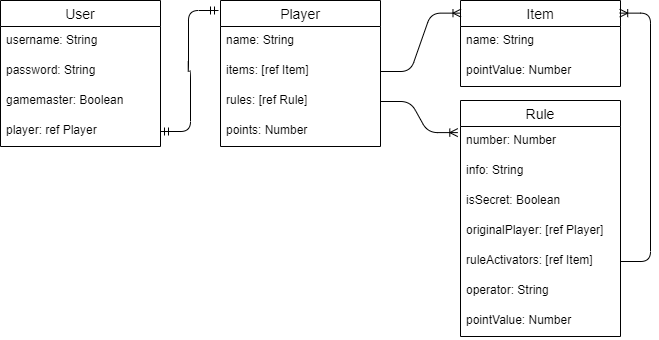
The draw.io diagram haggle_screenshots/ERD.png in DancinSpirit/Haggle, before a commit. Source tidied: cells renumbered, new cells last; positions are measured from the earlier drawing's top-left corner, leaving out a move shared by most shapes.
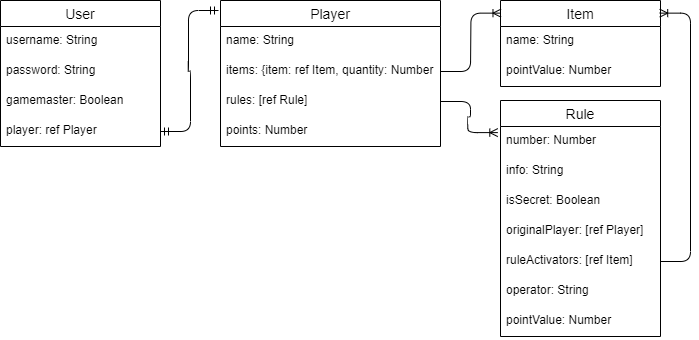
Above is the later version.

Change to the diagram source:
```diff
@@ -3,22 +3,22 @@
     <mxCell id="0" />
     <mxCell id="1" parent="0" />
     <mxCell id="2" value="Player" style="swimlane;fontStyle=0;horizontal=1;startSize=26;align=center;fontSize=14;" parent="1" vertex="1">
-      <mxGeometry x="220" width="160" height="146" as="geometry" />
+      <mxGeometry x="220" width="220" height="146" as="geometry" />
     </mxCell>
     <mxCell id="3" value="name: String" style="text;strokeColor=none;fillColor=none;spacingLeft=4;spacingRight=4;overflow=hidden;fontSize=12;" parent="2" vertex="1">
-      <mxGeometry y="26" width="160" height="30" as="geometry" />
+      <mxGeometry y="26" width="220" height="30" as="geometry" />
     </mxCell>
-    <mxCell id="4" value="items: [ref Item]" style="text;strokeColor=none;fillColor=none;spacingLeft=4;spacingRight=4;overflow=hidden;points=[[0,0.5],[1,0.5]];portConstraint=eastwest;fontSize=12;" parent="2" vertex="1">
-      <mxGeometry y="56" width="160" height="30" as="geometry" />
+    <mxCell id="4" value="items: {item: ref Item, quantity: Number" style="text;strokeColor=none;fillColor=none;spacingLeft=4;spacingRight=4;overflow=hidden;points=[[0,0.5],[1,0.5]];portConstraint=eastwest;fontSize=12;" parent="2" vertex="1">
+      <mxGeometry y="56" width="220" height="30" as="geometry" />
     </mxCell>
     <mxCell id="5" value="rules: [ref Rule]" style="text;strokeColor=none;fillColor=none;spacingLeft=4;spacingRight=4;overflow=hidden;points=[[0,0.5],[1,0.5]];portConstraint=eastwest;fontSize=12;" parent="2" vertex="1">
-      <mxGeometry y="86" width="160" height="30" as="geometry" />
+      <mxGeometry y="86" width="220" height="30" as="geometry" />
     </mxCell>
     <mxCell id="6" value="points: Number" style="text;strokeColor=none;fillColor=none;spacingLeft=4;spacingRight=4;overflow=hidden;fontSize=12;" parent="2" vertex="1">
-      <mxGeometry y="116" width="160" height="30" as="geometry" />
+      <mxGeometry y="116" width="220" height="30" as="geometry" />
     </mxCell>
     <mxCell id="7" value="Item" style="swimlane;fontStyle=0;horizontal=1;startSize=26;align=center;fontSize=14;" parent="1" vertex="1">
-      <mxGeometry x="460" width="160" height="86" as="geometry" />
+      <mxGeometry x="500" width="160" height="86" as="geometry" />
     </mxCell>
     <mxCell id="8" value="name: String" style="text;strokeColor=none;fillColor=none;spacingLeft=4;spacingRight=4;overflow=hidden;fontSize=12;" parent="7" vertex="1">
       <mxGeometry y="26" width="160" height="30" as="geometry" />
@@ -27,7 +27,7 @@
       <mxGeometry y="56" width="160" height="30" as="geometry" />
     </mxCell>
     <mxCell id="10" value="Rule" style="swimlane;fontStyle=0;horizontal=1;startSize=26;align=center;fontSize=14;" parent="1" vertex="1">
-      <mxGeometry x="460" y="100" width="160" height="236" as="geometry" />
+      <mxGeometry x="500" y="100" width="160" height="236" as="geometry" />
     </mxCell>
     <mxCell id="11" value="number: Number" style="text;strokeColor=none;fillColor=none;spacingLeft=4;spacingRight=4;overflow=hidden;fontSize=12;" parent="10" vertex="1">
       <mxGeometry y="26" width="160" height="30" as="geometry" />
```
